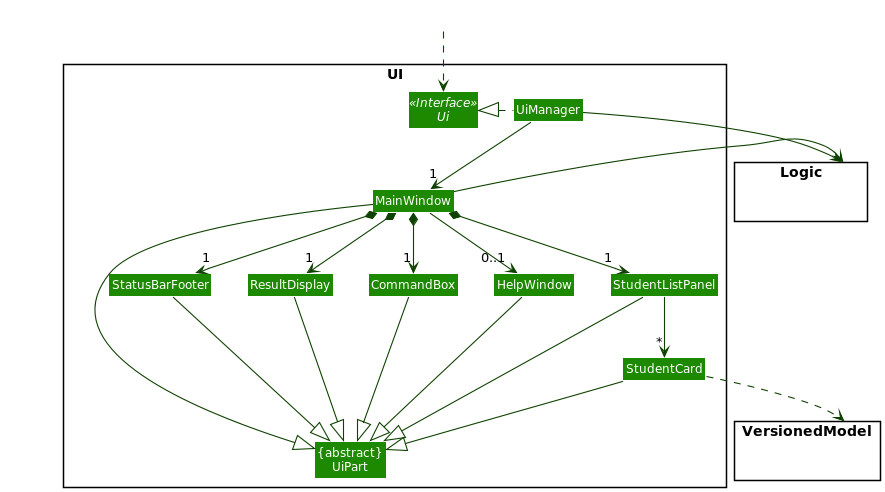
Before: docs/images/dg/architecture/ui/UiClassDiagram.png, a diagram exported from PlantUML (nus-cs2103-AY2122S1/tp). Source of this version:
```plantuml
@startuml
!include ../../style.puml
skinparam arrowThickness 1.1
skinparam arrowColor UI_COLOR_T4
skinparam classBackgroundColor UI_COLOR

package UI <<Rectangle>>{
Interface Ui <<Interface>>
Class "{abstract}\nUiPart" as UiPart
Class UiManager
Class MainWindow
Class HelpWindow
Class ResultDisplay
Class StudentListPanel
Class StudentCard
Class StatusBarFooter
Class CommandBox
}

package VersionedModel <<Rectangle>> {
Class HiddenModel #FFFFFF
}

package Logic <<Rectangle>> {
Class HiddenLogic #FFFFFF
}

Class HiddenOutside #FFFFFF
HiddenOutside ..> Ui

UiManager .left.|> Ui
UiManager -down-> "1" MainWindow
MainWindow *-down->  "1" CommandBox
MainWindow *-down-> "1" ResultDisplay
MainWindow *-down-> "1" StudentListPanel
MainWindow *-down-> "1" StatusBarFooter
MainWindow --> "0..1" HelpWindow

StudentListPanel -down-> "*" StudentCard

MainWindow -left-|> UiPart

ResultDisplay --|> UiPart
CommandBox --|> UiPart
StudentListPanel --|> UiPart
StudentCard --|> UiPart
StatusBarFooter --|> UiPart
HelpWindow --|> UiPart

StudentCard ..> VersionedModel
UiManager -right-> Logic
MainWindow -left-> Logic

StudentListPanel -[hidden]left- HelpWindow
HelpWindow -[hidden]left- CommandBox
CommandBox -[hidden]left- ResultDisplay
ResultDisplay -[hidden]left- StatusBarFooter

MainWindow -[hidden]-|> UiPart
@enduml
```
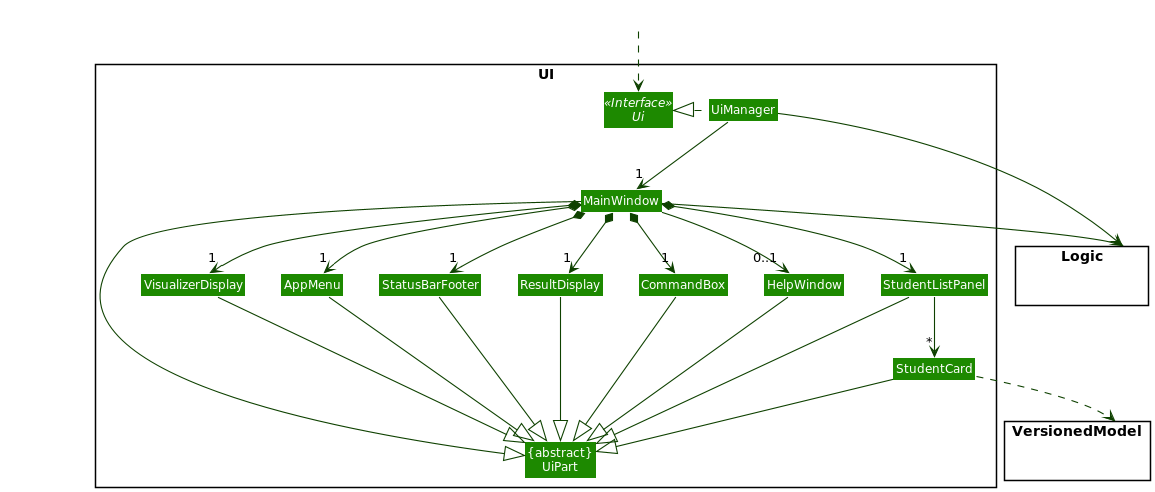
After the change.

Commit message:
Add recently added UiPart

The edit, as a diff of the source:
```diff
@@ -7,6 +7,8 @@
 package UI <<Rectangle>>{
 Interface Ui <<Interface>>
 Class "{abstract}\nUiPart" as UiPart
+Class AppMenu
+Class VisualizerDisplay
 Class UiManager
 Class MainWindow
 Class HelpWindow
@@ -34,27 +36,30 @@
 MainWindow *-down-> "1" ResultDisplay
 MainWindow *-down-> "1" StudentListPanel
 MainWindow *-down-> "1" StatusBarFooter
+MainWindow *-down-> "1" AppMenu
+MainWindow *-down-> "1" VisualizerDisplay
 MainWindow --> "0..1" HelpWindow
 
 StudentListPanel -down-> "*" StudentCard
 
 MainWindow -left-|> UiPart
-
+AppMenu --|> UiPart
+StudentListPanel --|> UiPart
 ResultDisplay --|> UiPart
+HelpWindow --|> UiPart
+VisualizerDisplay --|> UiPart
 CommandBox --|> UiPart
-StudentListPanel --|> UiPart
+StatusBarFooter --|> UiPart
 StudentCard --|> UiPart
-StatusBarFooter --|> UiPart
-HelpWindow --|> UiPart
 
 StudentCard ..> VersionedModel
 UiManager -right-> Logic
-MainWindow -left-> Logic
+MainWindow --> Logic
 
 StudentListPanel -[hidden]left- HelpWindow
 HelpWindow -[hidden]left- CommandBox
 CommandBox -[hidden]left- ResultDisplay
 ResultDisplay -[hidden]left- StatusBarFooter
-
-MainWindow -[hidden]-|> UiPart
+StatusBarFooter -[hidden]left- AppMenu
+AppMenu -[hidden]left- VisualizerDisplay
 @enduml
```
